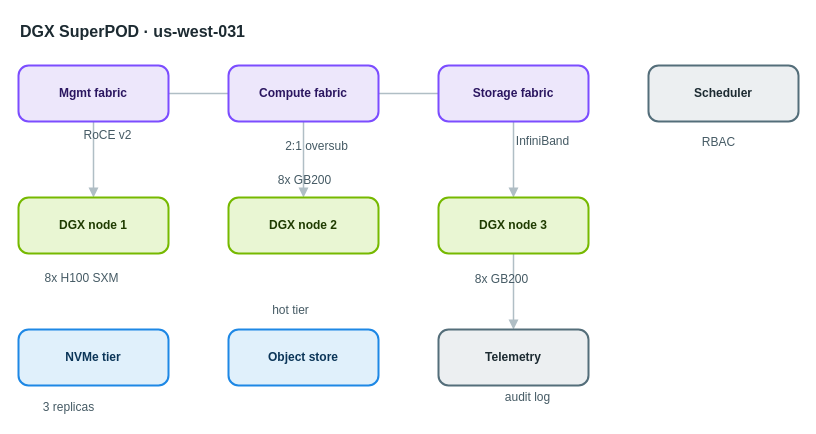
Above: apps/web/public/samples/library/031-dgx-superpod.drawio in AryanG01/open-apprentice (draw.io), before the change. Source tidied: cells renumbered, new cells numbered last; positions are measured from the earlier drawing's top-left corner, leaving out a move shared by most shapes. Both pictures are drawn from the tidied source at 100%, with x=0, y=0 at pixel (18, 17).
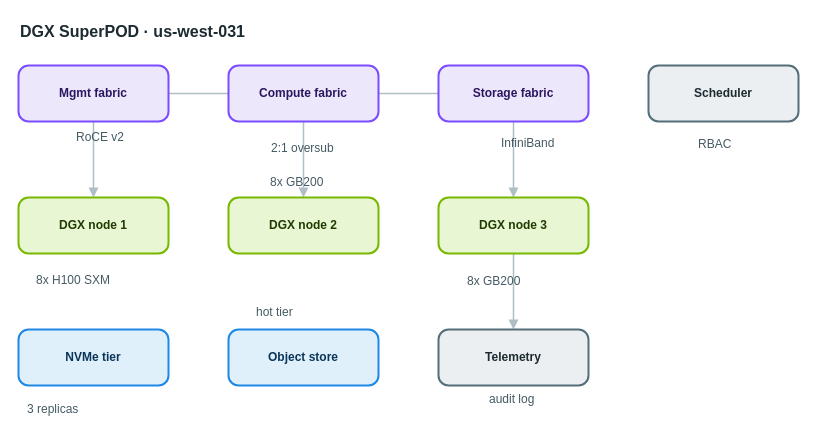
After the change.

The edit, as a diff of the source:
```diff
@@
-    <mxCell id="17" value="RoCE v2" style="text;html=1;align=center;verticalAlign=middle;whiteSpace=nowrap;strokeColor=none;fillColor=none;fontSize=12;fontColor=#455a64;" parent="1" vertex="1">
+    <mxCell id="17" value="RoCE v2" style="text;html=1;align=left;verticalAlign=top;whiteSpace=nowrap;spacing=0;spacingTop=0;strokeColor=none;fillColor=none;fontSize=12;fontColor=#455a64;" parent="1" vertex="1">
       <mxGeometry x="58" y="108" width="61" height="20" as="geometry" />
     </mxCell>
-    <mxCell id="18" value="2:1 oversub" style="text;html=1;align=center;verticalAlign=middle;whiteSpace=nowrap;strokeColor=none;fillColor=none;fontSize=12;fontColor=#455a64;" parent="1" vertex="1">
+    <mxCell id="18" value="2:1 oversub" style="text;html=1;align=left;verticalAlign=top;whiteSpace=nowrap;spacing=0;spacingTop=0;strokeColor=none;fillColor=none;fontSize=12;fontColor=#455a64;" parent="1" vertex="1">
       <mxGeometry x="253" y="119" width="89" height="20" as="geometry" />
     </mxCell>
-    <mxCell id="19" value="InfiniBand" style="text;html=1;align=center;verticalAlign=middle;whiteSpace=nowrap;strokeColor=none;fillColor=none;fontSize=12;fontColor=#455a64;" parent="1" vertex="1">
+    <mxCell id="19" value="InfiniBand" style="text;html=1;align=left;verticalAlign=top;whiteSpace=nowrap;spacing=0;spacingTop=0;strokeColor=none;fillColor=none;fontSize=12;fontColor=#455a64;" parent="1" vertex="1">
       <mxGeometry x="483" y="114" width="82" height="20" as="geometry" />
     </mxCell>
-    <mxCell id="20" value="8x H100 SXM" style="text;html=1;align=center;verticalAlign=middle;whiteSpace=nowrap;strokeColor=none;fillColor=none;fontSize=12;fontColor=#455a64;" parent="1" vertex="1">
+    <mxCell id="20" value="8x H100 SXM" style="text;html=1;align=left;verticalAlign=top;whiteSpace=nowrap;spacing=0;spacingTop=0;strokeColor=none;fillColor=none;fontSize=12;fontColor=#455a64;" parent="1" vertex="1">
       <mxGeometry x="18" y="251" width="89" height="20" as="geometry" />
     </mxCell>
-    <mxCell id="21" value="8x GB200" style="text;html=1;align=center;verticalAlign=middle;whiteSpace=nowrap;strokeColor=none;fillColor=none;fontSize=12;fontColor=#455a64;" parent="1" vertex="1">
+    <mxCell id="21" value="8x GB200" style="text;html=1;align=left;verticalAlign=top;whiteSpace=nowrap;spacing=0;spacingTop=0;strokeColor=none;fillColor=none;fontSize=12;fontColor=#455a64;" parent="1" vertex="1">
       <mxGeometry x="252" y="153" width="68" height="20" as="geometry" />
     </mxCell>
-    <mxCell id="22" value="8x GB200" style="text;html=1;align=center;verticalAlign=middle;whiteSpace=nowrap;strokeColor=none;fillColor=none;fontSize=12;fontColor=#455a64;" parent="1" vertex="1">
+    <mxCell id="22" value="8x GB200" style="text;html=1;align=left;verticalAlign=top;whiteSpace=nowrap;spacing=0;spacingTop=0;strokeColor=none;fillColor=none;fontSize=12;fontColor=#455a64;" parent="1" vertex="1">
       <mxGeometry x="449" y="252" width="68" height="20" as="geometry" />
     </mxCell>
-    <mxCell id="23" value="3 replicas" style="text;html=1;align=center;verticalAlign=middle;whiteSpace=nowrap;strokeColor=none;fillColor=none;fontSize=12;fontColor=#455a64;" parent="1" vertex="1">
+    <mxCell id="23" value="3 replicas" style="text;html=1;align=left;verticalAlign=top;whiteSpace=nowrap;spacing=0;spacingTop=0;strokeColor=none;fillColor=none;fontSize=12;fontColor=#455a64;" parent="1" vertex="1">
       <mxGeometry x="9" y="380" width="82" height="20" as="geometry" />
     </mxCell>
-    <mxCell id="24" value="hot tier" style="text;html=1;align=center;verticalAlign=middle;whiteSpace=nowrap;strokeColor=none;fillColor=none;fontSize=12;fontColor=#455a64;" parent="1" vertex="1">
+    <mxCell id="24" value="hot tier" style="text;html=1;align=left;verticalAlign=top;whiteSpace=nowrap;spacing=0;spacingTop=0;strokeColor=none;fillColor=none;fontSize=12;fontColor=#455a64;" parent="1" vertex="1">
       <mxGeometry x="238" y="283" width="68" height="20" as="geometry" />
     </mxCell>
-    <mxCell id="25" value="RBAC" style="text;html=1;align=center;verticalAlign=middle;whiteSpace=nowrap;strokeColor=none;fillColor=none;fontSize=12;fontColor=#455a64;" parent="1" vertex="1">
+    <mxCell id="25" value="RBAC" style="text;html=1;align=left;verticalAlign=top;whiteSpace=nowrap;spacing=0;spacingTop=0;strokeColor=none;fillColor=none;fontSize=12;fontColor=#455a64;" parent="1" vertex="1">
       <mxGeometry x="680" y="115" width="40" height="20" as="geometry" />
     </mxCell>
-    <mxCell id="26" value="audit log" style="text;html=1;align=center;verticalAlign=middle;whiteSpace=nowrap;strokeColor=none;fillColor=none;fontSize=12;fontColor=#455a64;" parent="1" vertex="1">
+    <mxCell id="26" value="audit log" style="text;html=1;align=left;verticalAlign=top;whiteSpace=nowrap;spacing=0;spacingTop=0;strokeColor=none;fillColor=none;fontSize=12;fontColor=#455a64;" parent="1" vertex="1">
       <mxGeometry x="471" y="370" width="75" height="20" as="geometry" />
     </mxCell>
```
